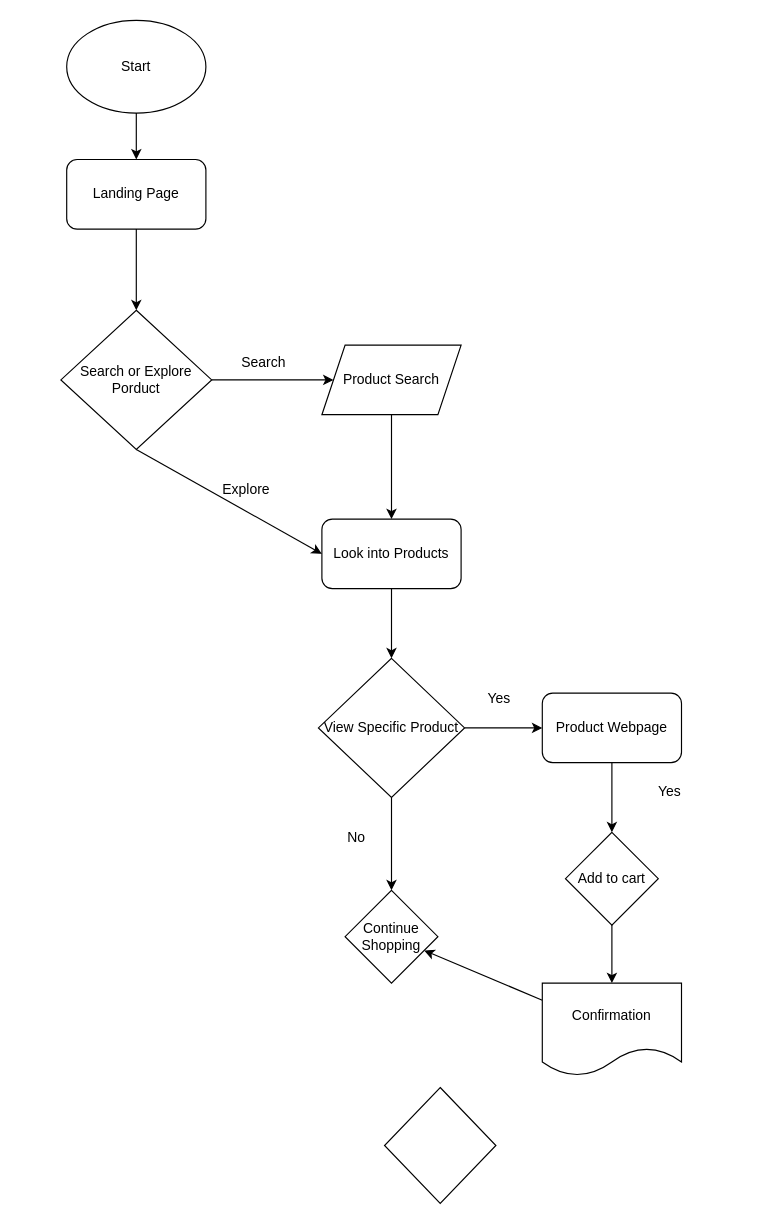
Above: expose/devtools/diagram.drawio in DivyamRana007/fa22-cse110-lab4 (draw.io), before the change. Source tidied: cells renumbered, new cells numbered last; positions are measured from the earlier drawing's top-left corner, leaving out a move shared by most shapes. Both pictures are drawn from the tidied source at 116%, with x=0, y=0 at pixel (60, 20).
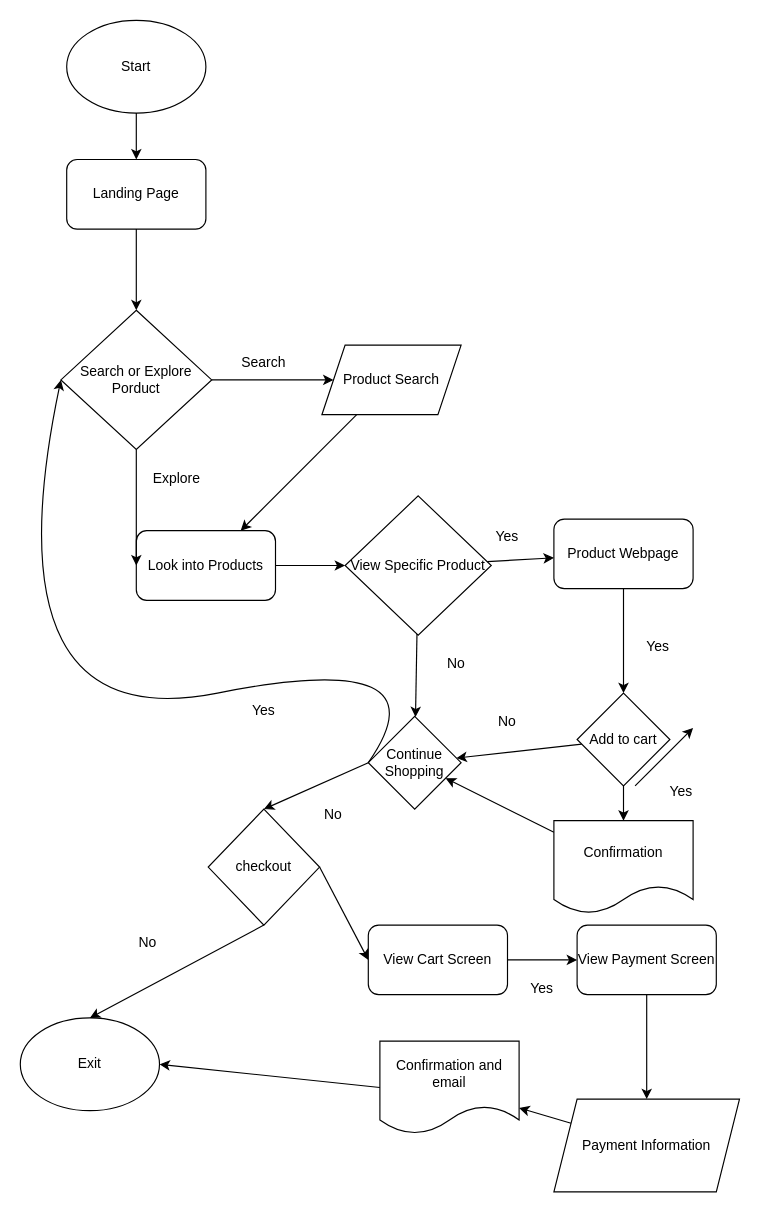
The same diagram, later.

Commit message:
Completed Drawio diagram

Unchanged cells that the change refers to:
```xml
<mxCell id="7" value="Search or Explore Porduct" style="rhombus;whiteSpace=wrap;html=1;" parent="1" vertex="1">
  <mxGeometry y="250" width="130" height="120" as="geometry" />
</mxCell>
```

Change to the diagram source:
```diff
@@
     <mxCell id="12" value="Look into Products&lt;br&gt;" style="rounded=1;whiteSpace=wrap;html=1;" parent="1" vertex="1">
-      <mxGeometry x="225" y="430" width="120" height="60" as="geometry" />
+      <mxGeometry x="65" y="440" width="120" height="60" as="geometry" />
     </mxCell>
@@
     <mxCell id="14" value="Explore" style="text;html=1;strokeColor=none;fillColor=none;align=center;verticalAlign=middle;whiteSpace=wrap;rounded=0;" parent="1" vertex="1">
-      <mxGeometry x="130" y="390" width="60" height="30" as="geometry" />
+      <mxGeometry x="70" y="380" width="60" height="30" as="geometry" />
     </mxCell>
@@
     <mxCell id="17" value="View Specific Product" style="rhombus;whiteSpace=wrap;html=1;" parent="1" vertex="1">
-      <mxGeometry x="222" y="550" width="126" height="120" as="geometry" />
+      <mxGeometry x="245" y="410" width="126" height="120" as="geometry" />
     </mxCell>
@@
     <mxCell id="19" value="Product Webpage" style="rounded=1;whiteSpace=wrap;html=1;" parent="1" vertex="1">
-      <mxGeometry x="415" y="580" width="120" height="60" as="geometry" />
+      <mxGeometry x="425" y="430" width="120" height="60" as="geometry" />
     </mxCell>
     <mxCell id="20" value="Yes" style="text;html=1;strokeColor=none;fillColor=none;align=center;verticalAlign=middle;whiteSpace=wrap;rounded=0;" parent="1" vertex="1">
-      <mxGeometry x="348" y="570" width="60" height="30" as="geometry" />
+      <mxGeometry x="355" y="430" width="60" height="30" as="geometry" />
     </mxCell>
@@
+    <mxCell id="29" style="edgeStyle=none;html=1;" parent="1" edge="1" source="22" target="24">
+      <mxGeometry relative="1" as="geometry" />
+    </mxCell>
     <mxCell id="22" value="Add to cart" style="rhombus;whiteSpace=wrap;html=1;" parent="1" vertex="1">
-      <mxGeometry x="435" y="700" width="80" height="80" as="geometry" />
+      <mxGeometry x="445" y="580" width="80" height="80" as="geometry" />
     </mxCell>
     <mxCell id="23" value="Yes" style="text;html=1;strokeColor=none;fillColor=none;align=center;verticalAlign=middle;whiteSpace=wrap;rounded=0;" parent="1" vertex="1">
-      <mxGeometry x="495" y="650" width="60" height="30" as="geometry" />
+      <mxGeometry x="485" y="525" width="60" height="30" as="geometry" />
     </mxCell>
     <mxCell id="24" value="Continue Shopping" style="rhombus;whiteSpace=wrap;html=1;" parent="1" vertex="1">
-      <mxGeometry x="245" y="750" width="80" height="80" as="geometry" />
+      <mxGeometry x="265" y="600" width="80" height="80" as="geometry" />
     </mxCell>
     <mxCell id="25" value="No" style="text;html=1;strokeColor=none;fillColor=none;align=center;verticalAlign=middle;whiteSpace=wrap;rounded=0;" parent="1" vertex="1">
-      <mxGeometry x="225" y="690" width="60" height="30" as="geometry" />
+      <mxGeometry x="311" y="540" width="60" height="30" as="geometry" />
     </mxCell>
@@
+    <mxCell id="30" style="edgeStyle=none;html=1;exitX=0;exitY=0.5;exitDx=0;exitDy=0;entryX=0.5;entryY=0;entryDx=0;entryDy=0;" parent="1" edge="1" source="24" target="28">
+      <mxGeometry relative="1" as="geometry" />
+    </mxCell>
     <mxCell id="27" value="Confirmation" style="shape=document;whiteSpace=wrap;html=1;boundedLbl=1;" parent="1" vertex="1">
-      <mxGeometry x="415" y="830" width="120" height="80" as="geometry" />
+      <mxGeometry x="425" y="690" width="120" height="80" as="geometry" />
     </mxCell>
+    <mxCell id="31" style="edgeStyle=none;html=1;exitX=0.5;exitY=1;exitDx=0;exitDy=0;entryX=0.5;entryY=0;entryDx=0;entryDy=0;" parent="1" edge="1" source="28" target="39">
+      <mxGeometry relative="1" as="geometry" />
+    </mxCell>
+    <mxCell id="32" style="edgeStyle=none;html=1;exitX=1;exitY=0.5;exitDx=0;exitDy=0;entryX=0;entryY=0.5;entryDx=0;entryDy=0;" parent="1" edge="1" source="28" target="42">
+      <mxGeometry relative="1" as="geometry" />
+    </mxCell>
-    <mxCell id="28" style="rhombus;whiteSpace=wrap;html=1;" parent="1" vertex="1">
-      <mxGeometry x="279" y="920" width="96" height="100" as="geometry" />
+    <mxCell id="28" value="checkout" style="rhombus;whiteSpace=wrap;html=1;" parent="1" vertex="1">
+      <mxGeometry x="127" y="680" width="96" height="100" as="geometry" />
     </mxCell>
+    <mxCell id="33" value="Yes" style="text;html=1;strokeColor=none;fillColor=none;align=center;verticalAlign=middle;whiteSpace=wrap;rounded=0;" parent="1" vertex="1">
+      <mxGeometry x="505" y="650" width="60" height="30" as="geometry" />
+    </mxCell>
+    <mxCell id="34" value="No" style="text;html=1;strokeColor=none;fillColor=none;align=center;verticalAlign=middle;whiteSpace=wrap;rounded=0;" parent="1" vertex="1">
+      <mxGeometry x="355" y="590" width="60" height="30" as="geometry" />
+    </mxCell>
+    <mxCell id="35" style="endArrow=classic;html=1;" parent="1" edge="1">
+      <mxGeometry relative="1" as="geometry">
+        <mxPoint x="495" y="660" as="sourcePoint" />
+        <mxPoint x="545" y="610" as="targetPoint" />
+      </mxGeometry>
+    </mxCell>
+    <mxCell id="36" value="No" style="text;html=1;strokeColor=none;fillColor=none;align=center;verticalAlign=middle;whiteSpace=wrap;rounded=0;" parent="1" vertex="1">
+      <mxGeometry x="205" y="670" width="60" height="30" as="geometry" />
+    </mxCell>
+    <mxCell id="37" style="curved=1;endArrow=classic;html=1;exitX=0;exitY=0.5;exitDx=0;exitDy=0;entryX=0;entryY=0.5;entryDx=0;entryDy=0;" parent="1" edge="1" source="24" target="7">
+      <mxGeometry relative="1" as="geometry">
+        <Array as="points">
+          <mxPoint x="335" y="540" />
+          <mxPoint x="-65" y="620" />
+        </Array>
+      </mxGeometry>
+    </mxCell>
+    <mxCell id="38" value="Yes" style="text;html=1;strokeColor=none;fillColor=none;align=center;verticalAlign=middle;whiteSpace=wrap;rounded=0;" parent="1" vertex="1">
+      <mxGeometry x="145" y="580" width="60" height="30" as="geometry" />
+    </mxCell>
+    <mxCell id="39" value="Exit" style="ellipse;whiteSpace=wrap;html=1;" parent="1" vertex="1">
+      <mxGeometry x="-35" y="860" width="120" height="80" as="geometry" />
+    </mxCell>
+    <mxCell id="40" value="No" style="text;html=1;strokeColor=none;fillColor=none;align=center;verticalAlign=middle;whiteSpace=wrap;rounded=0;" parent="1" vertex="1">
+      <mxGeometry x="45" y="780" width="60" height="30" as="geometry" />
+    </mxCell>
+    <mxCell id="41" style="edgeStyle=none;html=1;" parent="1" edge="1" source="42" target="44">
+      <mxGeometry relative="1" as="geometry" />
+    </mxCell>
+    <mxCell id="42" value="View Cart Screen" style="rounded=1;whiteSpace=wrap;html=1;" parent="1" vertex="1">
+      <mxGeometry x="265" y="780" width="120" height="60" as="geometry" />
+    </mxCell>
+    <mxCell id="43" style="edgeStyle=none;html=1;" parent="1" edge="1" source="44" target="46">
+      <mxGeometry relative="1" as="geometry" />
+    </mxCell>
+    <mxCell id="44" value="View Payment Screen" style="rounded=1;whiteSpace=wrap;html=1;" parent="1" vertex="1">
+      <mxGeometry x="445" y="780" width="120" height="60" as="geometry" />
+    </mxCell>
+    <mxCell id="45" style="edgeStyle=none;html=1;" parent="1" edge="1" source="46" target="47">
+      <mxGeometry relative="1" as="geometry" />
+    </mxCell>
+    <mxCell id="46" value="Payment Information" style="shape=parallelogram;perimeter=parallelogramPerimeter;whiteSpace=wrap;html=1;fixedSize=1;" parent="1" vertex="1">
+      <mxGeometry x="425" y="930" width="160" height="80" as="geometry" />
+    </mxCell>
+    <mxCell id="47" value="Confirmation and email" style="shape=document;whiteSpace=wrap;html=1;boundedLbl=1;" parent="1" vertex="1">
+      <mxGeometry x="275" y="880" width="120" height="80" as="geometry" />
+    </mxCell>
+    <mxCell id="48" value="Yes" style="text;html=1;strokeColor=none;fillColor=none;align=center;verticalAlign=middle;whiteSpace=wrap;rounded=0;" parent="1" vertex="1">
+      <mxGeometry x="385" y="820" width="60" height="30" as="geometry" />
+    </mxCell>
+    <mxCell id="49" style="endArrow=classic;html=1;exitX=0;exitY=0.5;exitDx=0;exitDy=0;entryX=1;entryY=0.5;entryDx=0;entryDy=0;" parent="1" edge="1" source="47" target="39">
+      <mxGeometry relative="1" as="geometry" />
+    </mxCell>
```
